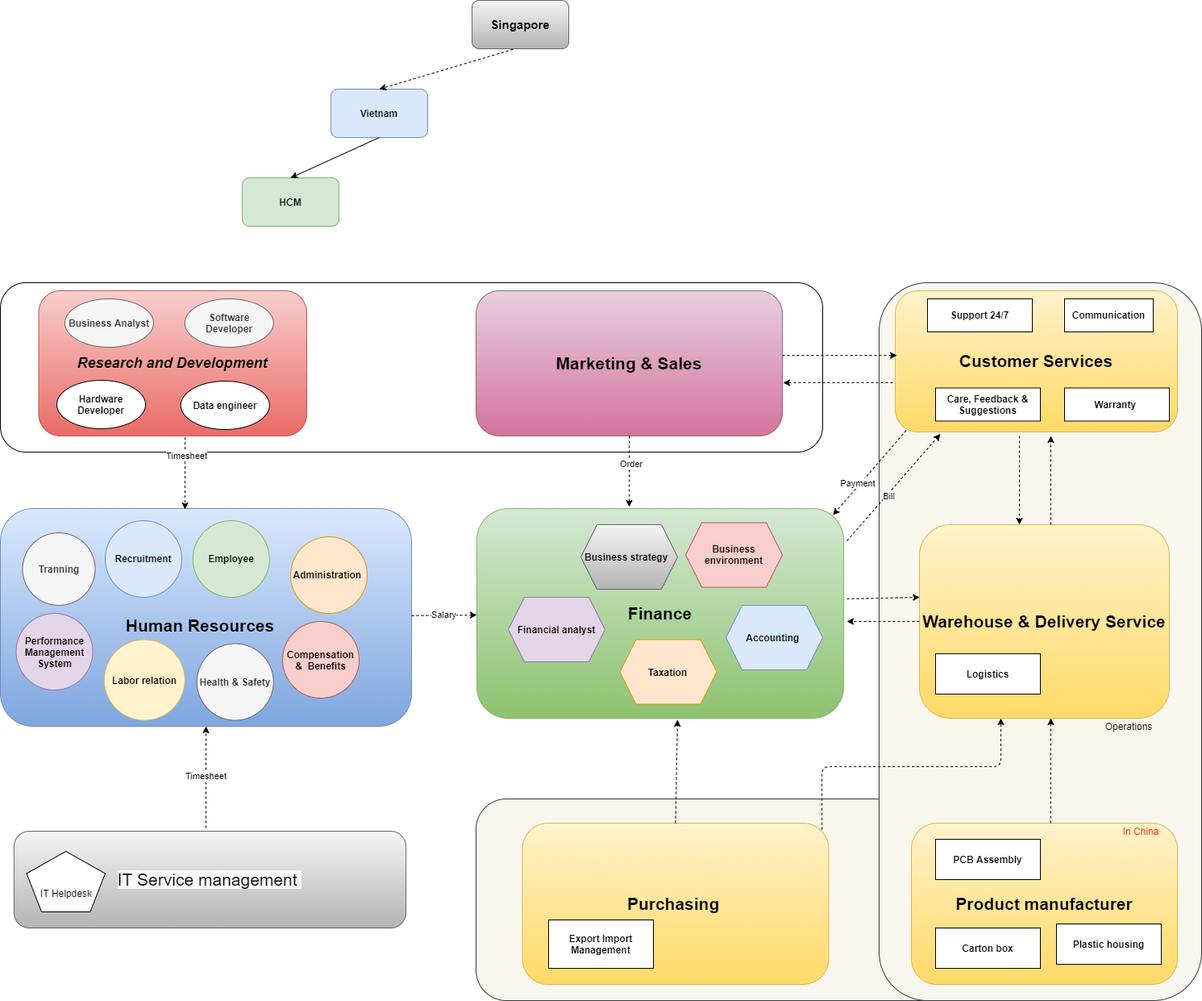
The draw.io diagram 03_staff/01_image/Department_Organizational_chart-Org_Chart.png in letrthong/business, before a commit. Source tidied: cells renumbered, new cells last; positions are measured from the earlier drawing's top-left corner, leaving out a move shared by most shapes.
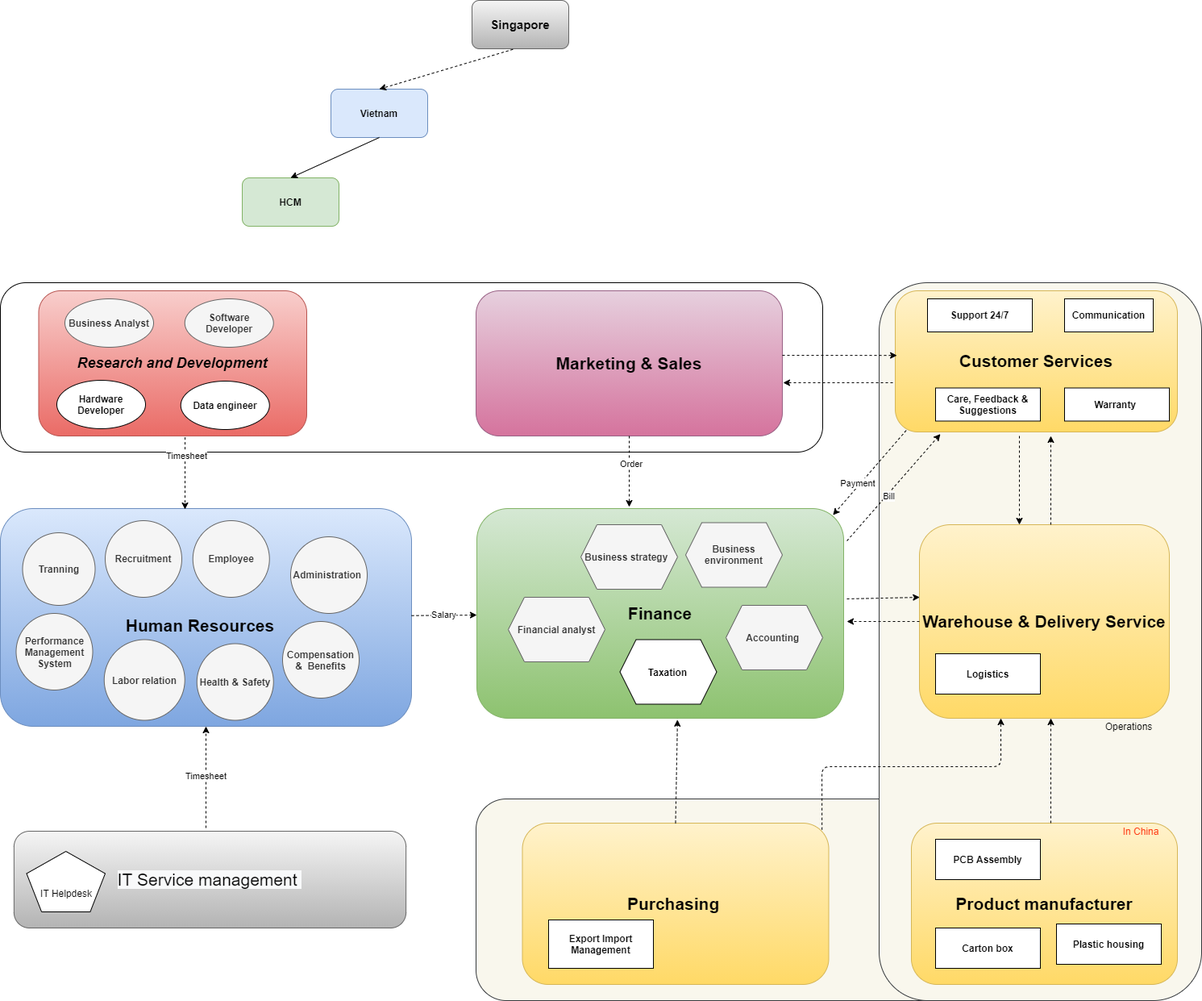
After the commit.

Diff of the diagram source:
```diff
@@ -50,19 +50,19 @@
     <mxCell id="17" value="&lt;span&gt;&lt;b&gt;Tranning&lt;/b&gt;&lt;/span&gt;" style="ellipse;whiteSpace=wrap;html=1;fillColor=#f5f5f5;strokeColor=#666666;fontColor=#333333;" parent="1" vertex="1">
       <mxGeometry x="27.5" y="660" width="90" height="90" as="geometry" />
     </mxCell>
-    <mxCell id="18" value="&lt;span&gt;&lt;b&gt;Recruitment&lt;/b&gt;&lt;/span&gt;" style="ellipse;whiteSpace=wrap;html=1;fillColor=#dae8fc;strokeColor=#6c8ebf;" parent="1" vertex="1">
+    <mxCell id="18" value="&lt;span&gt;&lt;b&gt;Recruitment&lt;/b&gt;&lt;/span&gt;" style="ellipse;whiteSpace=wrap;html=1;fillColor=#f5f5f5;strokeColor=#666666;fontColor=#333333;" parent="1" vertex="1">
       <mxGeometry x="130" y="645" width="95" height="95" as="geometry" />
     </mxCell>
     <mxCell id="19" value="&lt;b&gt;Health &amp;amp; Safety&lt;/b&gt;" style="ellipse;whiteSpace=wrap;html=1;fillColor=#f5f5f5;strokeColor=#666666;fontColor=#333333;" parent="1" vertex="1">
       <mxGeometry x="243.8" y="797.5" width="95" height="95" as="geometry" />
     </mxCell>
-    <mxCell id="20" value="&lt;b&gt;Performance Management System&lt;/b&gt;" style="ellipse;whiteSpace=wrap;html=1;fillColor=#e1d5e7;strokeColor=#9673a6;" parent="1" vertex="1">
+    <mxCell id="20" value="&lt;b&gt;Performance Management System&lt;/b&gt;" style="ellipse;whiteSpace=wrap;html=1;fillColor=#f5f5f5;strokeColor=#666666;fontColor=#333333;" parent="1" vertex="1">
       <mxGeometry x="19.5" y="760" width="95" height="95" as="geometry" />
     </mxCell>
-    <mxCell id="21" value="&lt;b&gt;Labor relation&lt;/b&gt;" style="ellipse;whiteSpace=wrap;html=1;fillColor=#fff2cc;strokeColor=#d6b656;" parent="1" vertex="1">
+    <mxCell id="21" value="&lt;b&gt;Labor relation&lt;/b&gt;" style="ellipse;whiteSpace=wrap;html=1;fillColor=#f5f5f5;strokeColor=#666666;fontColor=#333333;" parent="1" vertex="1">
       <mxGeometry x="128.8" y="792.5" width="100" height="100" as="geometry" />
     </mxCell>
-    <mxCell id="22" value="&lt;b&gt;Administration&amp;nbsp;&lt;/b&gt;" style="ellipse;whiteSpace=wrap;html=1;fillColor=#ffe6cc;strokeColor=#d79b00;" parent="1" vertex="1">
+    <mxCell id="22" value="&lt;b&gt;Administration&amp;nbsp;&lt;/b&gt;" style="ellipse;whiteSpace=wrap;html=1;fillColor=#f5f5f5;strokeColor=#666666;fontColor=#333333;" parent="1" vertex="1">
       <mxGeometry x="360" y="665" width="95" height="95" as="geometry" />
     </mxCell>
     <mxCell id="23" value="Salary" style="endArrow=classic;html=1;dashed=1;" parent="1" edge="1" source="13" target="12">
@@ -167,16 +167,16 @@
     <mxCell id="46" value="Operations" style="text;html=1;strokeColor=none;fillColor=none;align=center;verticalAlign=middle;whiteSpace=wrap;rounded=0;" parent="1" vertex="1">
       <mxGeometry x="1380" y="890" width="40" height="20" as="geometry" />
     </mxCell>
-    <mxCell id="47" value="&lt;span&gt;&lt;b&gt;Accounting&amp;nbsp;&lt;/b&gt;&lt;/span&gt;" style="shape=hexagon;perimeter=hexagonPerimeter2;whiteSpace=wrap;html=1;fixedSize=1;fillColor=#dae8fc;strokeColor=#6c8ebf;" parent="1" vertex="1">
+    <mxCell id="47" value="&lt;span&gt;&lt;b&gt;Accounting&amp;nbsp;&lt;/b&gt;&lt;/span&gt;" style="shape=hexagon;perimeter=hexagonPerimeter2;whiteSpace=wrap;html=1;fixedSize=1;fillColor=#f5f5f5;strokeColor=#666666;fontColor=#333333;" parent="1" vertex="1">
       <mxGeometry x="900" y="750" width="120" height="80" as="geometry" />
     </mxCell>
-    <mxCell id="48" value="&lt;span&gt;&lt;b&gt;Taxation&lt;/b&gt;&lt;/span&gt;" style="shape=hexagon;perimeter=hexagonPerimeter2;whiteSpace=wrap;html=1;fixedSize=1;fillColor=#ffe6cc;strokeColor=#d79b00;" parent="1" vertex="1">
+    <mxCell id="48" value="&lt;span&gt;&lt;b&gt;Taxation&lt;/b&gt;&lt;/span&gt;" style="shape=hexagon;perimeter=hexagonPerimeter2;whiteSpace=wrap;html=1;fixedSize=1;" parent="1" vertex="1">
       <mxGeometry x="768.5" y="792.5" width="120" height="80" as="geometry" />
     </mxCell>
-    <mxCell id="49" value="&lt;b&gt;Financial analyst&lt;/b&gt;" style="shape=hexagon;perimeter=hexagonPerimeter2;whiteSpace=wrap;html=1;fixedSize=1;fillColor=#e1d5e7;strokeColor=#9673a6;" parent="1" vertex="1">
+    <mxCell id="49" value="&lt;b&gt;Financial analyst&lt;/b&gt;" style="shape=hexagon;perimeter=hexagonPerimeter2;whiteSpace=wrap;html=1;fixedSize=1;fillColor=#f5f5f5;strokeColor=#666666;fontColor=#333333;" parent="1" vertex="1">
       <mxGeometry x="630" y="740" width="120" height="80" as="geometry" />
     </mxCell>
-    <mxCell id="50" value="&lt;span&gt;&lt;b&gt;Business environment&lt;/b&gt;&lt;/span&gt;" style="shape=hexagon;perimeter=hexagonPerimeter2;whiteSpace=wrap;html=1;fixedSize=1;fillColor=#f8cecc;strokeColor=#b85450;" parent="1" vertex="1">
+    <mxCell id="50" value="&lt;span&gt;&lt;b&gt;Business environment&lt;/b&gt;&lt;/span&gt;" style="shape=hexagon;perimeter=hexagonPerimeter2;whiteSpace=wrap;html=1;fixedSize=1;fillColor=#f5f5f5;strokeColor=#666666;fontColor=#333333;" parent="1" vertex="1">
       <mxGeometry x="850" y="647.5" width="120" height="80" as="geometry" />
     </mxCell>
     <mxCell id="51" value="&lt;span&gt;&lt;b&gt;Business Analyst&lt;/b&gt;&lt;/span&gt;" style="ellipse;whiteSpace=wrap;html=1;fillColor=#f5f5f5;strokeColor=#666666;fontColor=#333333;" parent="1" vertex="1">
@@ -191,7 +191,7 @@
     <mxCell id="54" value="&lt;br&gt;&lt;br&gt;&lt;span style=&quot;font-family: &amp;#34;helvetica&amp;#34;&quot;&gt;IT&amp;nbsp;&lt;/span&gt;&lt;span style=&quot;font-family: &amp;#34;helvetica&amp;#34;&quot;&gt;Helpdesk&lt;/span&gt;" style="whiteSpace=wrap;html=1;shape=mxgraph.basic.pentagon;" parent="1" vertex="1">
       <mxGeometry x="32.5" y="1055" width="97.5" height="75" as="geometry" />
     </mxCell>
-    <mxCell id="55" value="&lt;b&gt;Business strategy&amp;nbsp;&amp;nbsp;&lt;/b&gt;" style="shape=hexagon;perimeter=hexagonPerimeter2;whiteSpace=wrap;html=1;fixedSize=1;fillColor=#f5f5f5;strokeColor=#666666;gradientColor=#b3b3b3;" parent="1" vertex="1">
+    <mxCell id="55" value="&lt;b&gt;Business strategy&amp;nbsp;&amp;nbsp;&lt;/b&gt;" style="shape=hexagon;perimeter=hexagonPerimeter2;whiteSpace=wrap;html=1;fixedSize=1;fillColor=#f5f5f5;strokeColor=#666666;fontColor=#333333;" parent="1" vertex="1">
       <mxGeometry x="720" y="650" width="120" height="80" as="geometry" />
     </mxCell>
     <mxCell id="56" value="&lt;b&gt;Data engineer&lt;/b&gt;" style="ellipse;whiteSpace=wrap;html=1;" parent="1" vertex="1">
@@ -224,10 +224,10 @@
     <mxCell id="65" value="&lt;b&gt;Care, Feedback &amp;amp; Suggestions&lt;/b&gt;" style="rounded=0;whiteSpace=wrap;html=1;" parent="1" vertex="1">
       <mxGeometry x="1160" y="480.5" width="130" height="41" as="geometry" />
     </mxCell>
-    <mxCell id="66" value="&lt;b&gt;Compensation &amp;amp;&amp;nbsp; Benefits&lt;/b&gt;" style="ellipse;whiteSpace=wrap;html=1;fillColor=#f8cecc;strokeColor=#b85450;" parent="1" vertex="1">
+    <mxCell id="66" value="&lt;b&gt;Compensation &amp;amp;&amp;nbsp; Benefits&lt;/b&gt;" style="ellipse;whiteSpace=wrap;html=1;fillColor=#f5f5f5;strokeColor=#666666;fontColor=#333333;" parent="1" vertex="1">
       <mxGeometry x="350" y="770" width="95" height="95" as="geometry" />
     </mxCell>
-    <mxCell id="67" value="&lt;b&gt;Employee&lt;/b&gt;" style="ellipse;whiteSpace=wrap;html=1;fillColor=#d5e8d4;strokeColor=#82b366;" parent="1" vertex="1">
+    <mxCell id="67" value="&lt;b&gt;Employee&lt;/b&gt;" style="ellipse;whiteSpace=wrap;html=1;fillColor=#f5f5f5;strokeColor=#666666;fontColor=#333333;" parent="1" vertex="1">
       <mxGeometry x="238.8" y="645" width="95" height="95" as="geometry" />
     </mxCell>
   </root>
```
